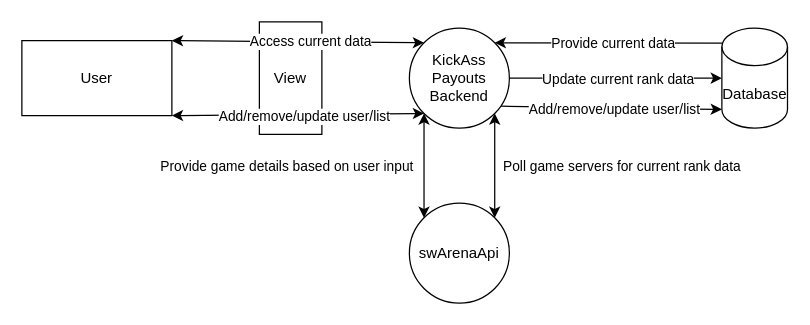
Before: high-level-server-side-data-flow.drawio in LNU-Developer/1DV612-Short-System-Design-Report, a draw.io diagram. Source tidied: cells renumbered, new cells numbered last; positions are measured from the earlier drawing's top-left corner, leaving out a move shared by most shapes. Both pictures are drawn from the tidied source at 125%, with x=0, y=0 at pixel (21, 21).
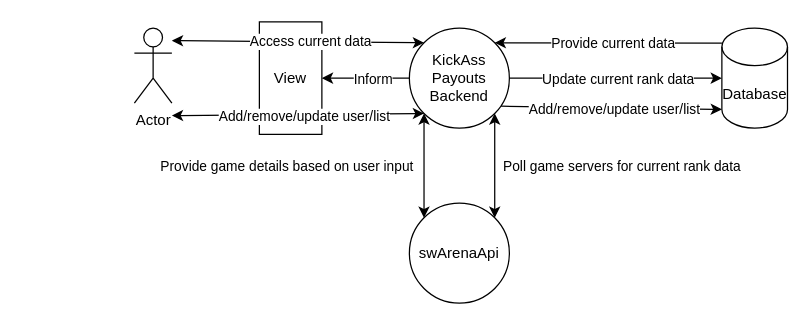
The same diagram, later.

Unchanged cells that the change refers to:
```xml
<mxCell id="2" value="View" style="rounded=0;whiteSpace=wrap;html=1;" parent="1" vertex="1">
  <mxGeometry x="190" width="50" height="90" as="geometry" />
</mxCell>
<mxCell id="3" value="KickAss&lt;br&gt;Payouts&lt;br&gt;Backend" style="ellipse;whiteSpace=wrap;html=1;" parent="1" vertex="1">
  <mxGeometry x="310" y="5" width="80" height="80" as="geometry" />
</mxCell>
```

What changed in the source:
```diff
@@
-    <mxCell id="4" value="User" style="rounded=0;whiteSpace=wrap;html=1;" parent="1" vertex="1">
-      <mxGeometry y="15" width="120" height="60" as="geometry" />
-    </mxCell>
@@
-    <mxCell id="7" style="endArrow=classic;html=1;entryX=0;entryY=1;entryDx=0;entryDy=0;exitX=1;exitY=1;exitDx=0;exitDy=0;startArrow=classic;startFill=1;" parent="1" edge="1" source="4" target="3">
-      <mxGeometry relative="1" as="geometry" />
+    <mxCell id="7" style="endArrow=classic;html=1;entryX=0;entryY=1;entryDx=0;entryDy=0;exitX=1;exitY=1;exitDx=0;exitDy=0;startArrow=classic;startFill=1;" parent="1" edge="1" target="3">
+      <mxGeometry relative="1" as="geometry">
+        <mxPoint x="120" y="75" as="sourcePoint" />
+      </mxGeometry>
     </mxCell>
@@
-    <mxCell id="13" style="endArrow=classic;html=1;exitX=0;exitY=0;exitDx=0;exitDy=0;entryX=1;entryY=0;entryDx=0;entryDy=0;startArrow=classic;startFill=1;" parent="1" edge="1" source="3" target="4">
-      <mxGeometry relative="1" as="geometry" />
+    <mxCell id="13" style="endArrow=classic;html=1;exitX=0;exitY=0;exitDx=0;exitDy=0;entryX=1;entryY=0;entryDx=0;entryDy=0;startArrow=classic;startFill=1;" parent="1" edge="1" source="3">
+      <mxGeometry relative="1" as="geometry">
+        <mxPoint x="120" y="15" as="targetPoint" />
+      </mxGeometry>
     </mxCell>
@@
+    <mxCell id="21" style="endArrow=classic;html=1;entryX=1;entryY=0.5;entryDx=0;entryDy=0;startArrow=none;startFill=0;" parent="1" edge="1" source="3" target="2">
+      <mxGeometry relative="1" as="geometry" />
+    </mxCell>
+    <mxCell id="22" value="Inform" style="edgeLabel;html=1;align=center;verticalAlign=middle;" parent="21" vertex="1">
+      <mxGeometry x="0.32" y="3" relative="1" as="geometry">
+        <mxPoint x="16" y="-3" as="offset" />
+      </mxGeometry>
+    </mxCell>
+    <mxCell id="23" value="Actor" style="shape=umlActor;verticalLabelPosition=bottom;verticalAlign=top;html=1;" parent="1" vertex="1">
+      <mxGeometry x="90" y="5" width="30" height="60" as="geometry" />
+    </mxCell>
```
